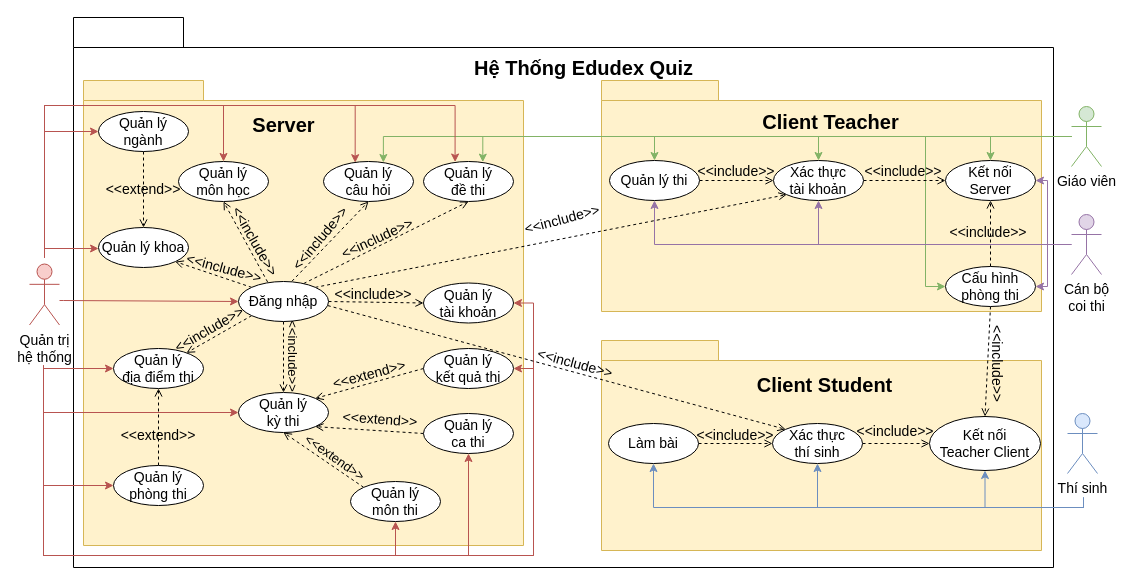
The draw.io diagram document/temp/draw/usecase_tong_quat.drawio in copecute/Edudex-Quiz, before the edit. Source tidied: cells renumbered, new cells numbered last; positions are measured from the earlier drawing's top-left corner, leaving out a move shared by most shapes. Both pictures are drawn from the tidied source at 100%, with x=0, y=0 at pixel (29, 17).
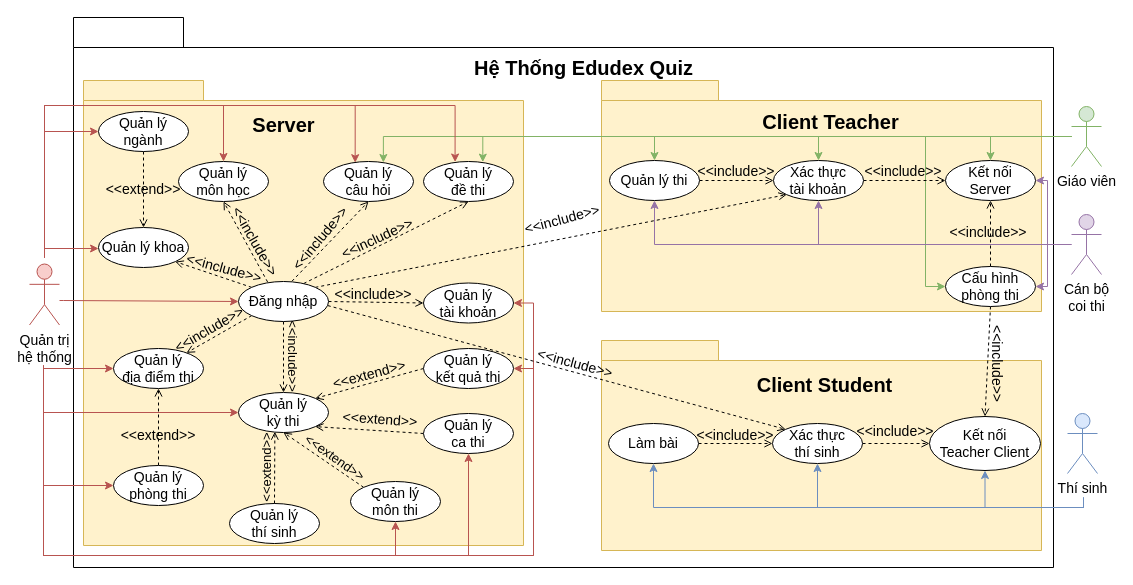
Above is the later version.

Unchanged cells that the change refers to:
```xml
<mxCell id="66" value="Quản lý&lt;br style=&quot;font-size: 14px;&quot;&gt;kỳ thi" style="ellipse;whiteSpace=wrap;html=1;fontSize=14;" parent="1" vertex="1">
  <mxGeometry x="209" y="375" width="90" height="40" as="geometry" />
</mxCell>
```

What changed in the source:
```diff
@@
+    <mxCell id="101" value="Quản lý&lt;br style=&quot;font-size: 14px;&quot;&gt;thí sinh" style="ellipse;whiteSpace=wrap;html=1;fontSize=14;" parent="1" vertex="1">
+      <mxGeometry x="200" y="486" width="90" height="40" as="geometry" />
+    </mxCell>
+    <mxCell id="102" style="rounded=0;jettySize=auto;html=1;entryX=0.404;entryY=0.98;entryDx=0;entryDy=0;entryPerimeter=0;dashed=1;endArrow=open;endFill=0;" parent="1" edge="1" source="101" target="66">
+      <mxGeometry relative="1" as="geometry" />
+    </mxCell>
+    <mxCell id="103" value="&lt;font style=&quot;font-size: 13px;&quot;&gt;&amp;lt;&amp;lt;extend&amp;gt;&amp;gt;&lt;/font&gt;" style="text;html=1;strokeColor=none;fillColor=none;align=center;verticalAlign=middle;whiteSpace=wrap;rounded=0;rotation=-90;fontSize=13;" parent="1" vertex="1">
+      <mxGeometry x="207" y="435" width="60" height="30" as="geometry" />
+    </mxCell>
```
